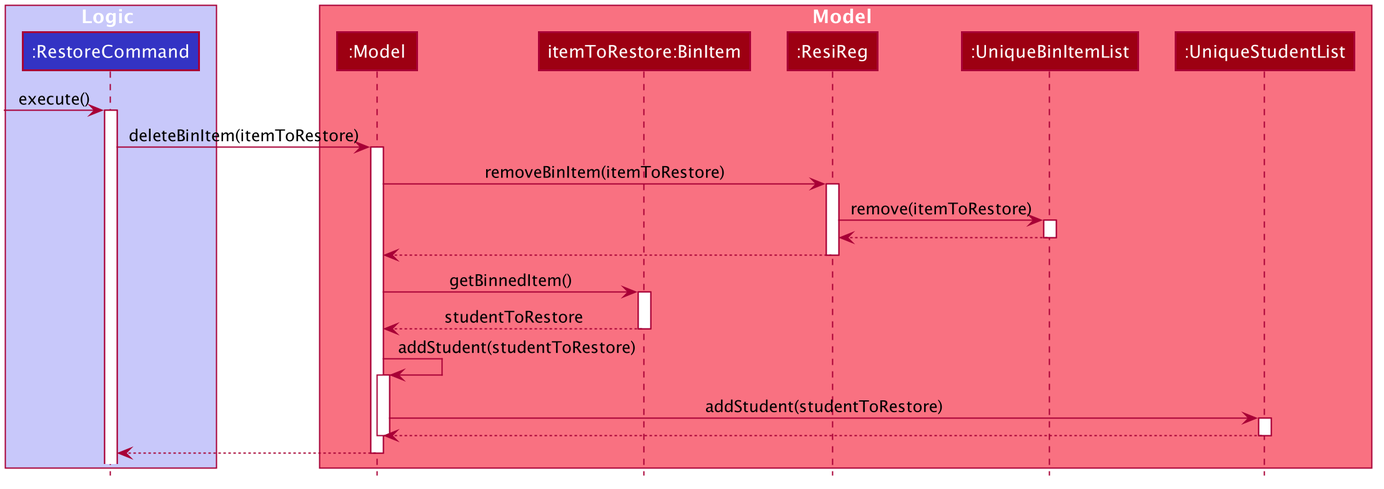
The PlantUML diagram docs/images/BinRestoreSequenceDiagram.png in nus-cs2103-AY2021S1/tp, before a commit.
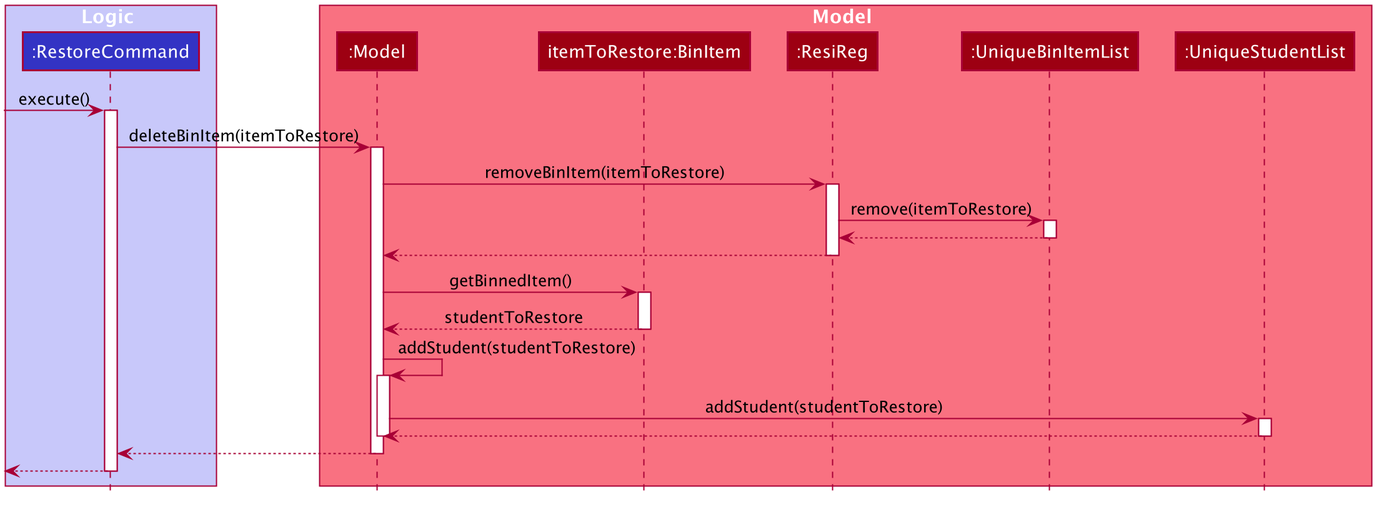
Above is the later version.

Commit message:
Add sequence diagrams

Diff of the diagram source:
```diff
@@ -97,4 +97,7 @@
 Model --> RestoreCommand
 deactivate Model
 
+[<--RestoreCommand
+deactivate RestoreCommand
+
 @enduml
```
